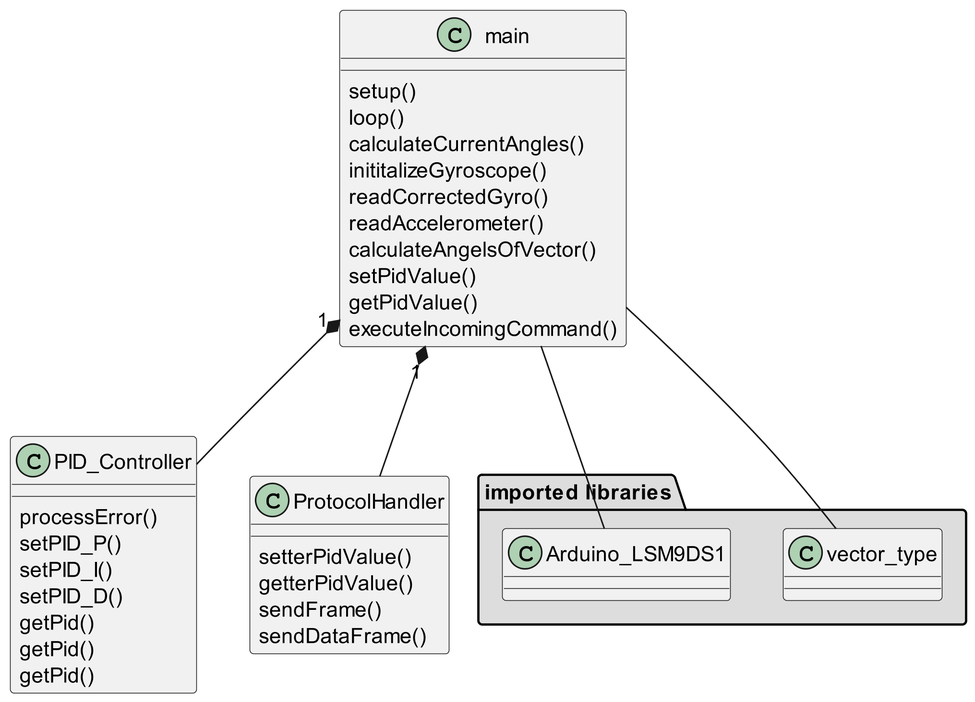
This is docs/content/diagrams/out/class/classdiagram.png from sirtheta/Drohnensteuerung, a PlantUML export, as it was before one commit.
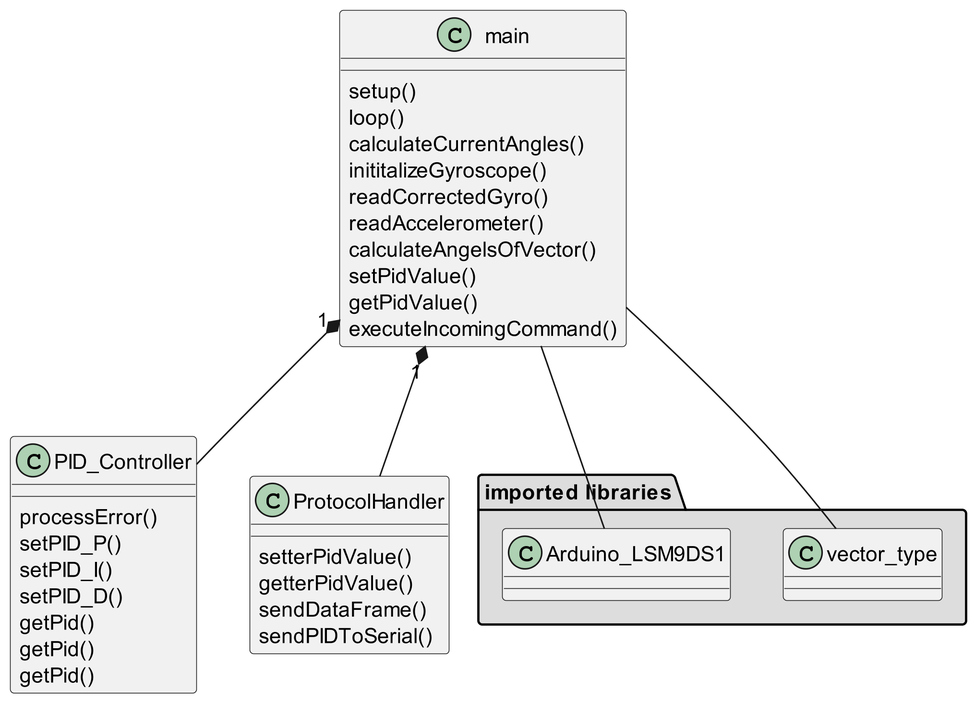
Later version of the same file.

The edit, as a diff of the source:
```diff
@@ -38,8 +38,8 @@
 {
   setterPidValue()
   getterPidValue()
-  sendFrame()
   sendDataFrame()
+  sendPIDToSerial()
 }
 
 @enduml
```
